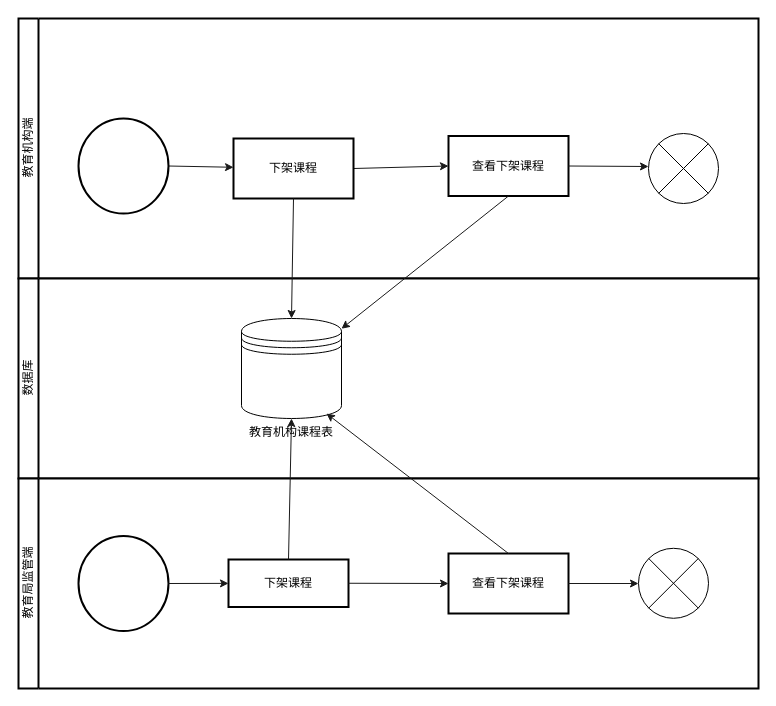
Before: page "课程下架" (2 of 4) of docs/资金监管平台流程图.drawio in cuitaocrazy/supervision, a draw.io diagram. Source tidied: cells renumbered, new cells numbered last; positions are measured from the earlier drawing's top-left corner, leaving out a move shared by most shapes. Both pictures are drawn from the tidied source at 100%, with x=0, y=0 at pixel (18, 18).
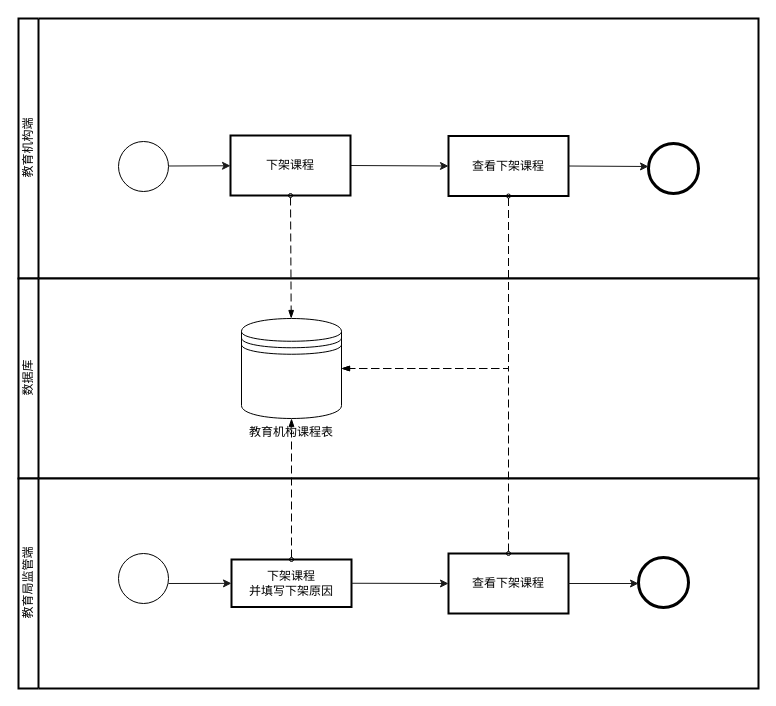
The same diagram, later.

The change refers to these unchanged cells:
```xml
<mxCell id="2" value="教育机构端" style="swimlane;html=1;startSize=20;fontStyle=0;horizontal=0;swimlaneLine=1;swimlaneFillColor=#ffffff;strokeWidth=2;" parent="1" vertex="1">
  <mxGeometry width="740" height="260" as="geometry" />
</mxCell>
<mxCell id="7" value="查看下架课程" style="whiteSpace=wrap;html=1;strokeWidth=2;" parent="2" vertex="1">
  <mxGeometry x="430" y="117.5" width="120" height="60" as="geometry" />
</mxCell>
<mxCell id="10" value="教育局监管端" style="swimlane;html=1;startSize=20;fontStyle=0;horizontal=0;swimlaneLine=1;swimlaneFillColor=#ffffff;strokeWidth=2;" parent="1" vertex="1">
  <mxGeometry y="460" width="740" height="210" as="geometry" />
</mxCell>
<mxCell id="14" value="查看下架课程" style="whiteSpace=wrap;html=1;strokeWidth=2;" parent="10" vertex="1">
  <mxGeometry x="430" y="75" width="120" height="60" as="geometry" />
</mxCell>
<mxCell id="17" value="教育机构课程表" style="shape=datastore;whiteSpace=wrap;html=1;labelPosition=center;verticalLabelPosition=bottom;align=center;verticalAlign=top;" parent="1" vertex="1">
  <mxGeometry x="223" y="300" width="100" height="100" as="geometry" />
</mxCell>
```

What changed in the source:
```diff
@@
-    <mxCell id="3" style="edgeStyle=none;html=1;exitX=1;exitY=0.5;exitDx=0;exitDy=0;exitPerimeter=0;strokeColor=#1A1A1A;" parent="2" edge="1" source="4" target="6">
-      <mxGeometry relative="1" as="geometry" />
+    <mxCell id="3" style="edgeStyle=none;html=1;exitX=1;exitY=0.5;exitDx=0;exitDy=0;exitPerimeter=0;strokeColor=#1A1A1A;" parent="2" edge="1" target="6">
+      <mxGeometry relative="1" as="geometry">
+        <mxPoint x="150" y="147.5" as="sourcePoint" />
+      </mxGeometry>
     </mxCell>
-    <mxCell id="4" style="strokeWidth=2;html=1;shape=mxgraph.flowchart.start_2;whiteSpace=wrap;" parent="2" vertex="1">
-      <mxGeometry x="60" y="100" width="90" height="95" as="geometry" />
-    </mxCell>
@@
     <mxCell id="6" value="下架课程" style="whiteSpace=wrap;html=1;strokeWidth=2;" parent="2" vertex="1">
-      <mxGeometry x="215" y="120" width="120" height="60" as="geometry" />
+      <mxGeometry x="212" y="117" width="120" height="60" as="geometry" />
     </mxCell>
@@
-    <mxCell id="8" style="verticalLabelPosition=bottom;verticalAlign=top;html=1;shape=mxgraph.flowchart.or;" parent="2" vertex="1">
-      <mxGeometry x="630" y="115" width="70" height="70" as="geometry" />
-    </mxCell>
+    <mxCell id="24" style="shape=mxgraph.bpmn.event;html=1;verticalLabelPosition=bottom;labelBackgroundColor=#ffffff;verticalAlign=top;align=center;perimeter=ellipsePerimeter;outline=standard;symbol=general;" parent="2" vertex="1">
+      <mxGeometry x="100" y="123" width="50" height="50" as="geometry" />
+    </mxCell>
+    <mxCell id="25" style="shape=mxgraph.bpmn.event;html=1;verticalLabelPosition=bottom;labelBackgroundColor=#ffffff;verticalAlign=top;align=center;perimeter=ellipsePerimeter;outline=end;symbol=terminate2;" parent="2" vertex="1">
+      <mxGeometry x="630" y="125" width="50" height="50" as="geometry" />
+    </mxCell>
@@
-    <mxCell id="11" style="strokeWidth=2;html=1;shape=mxgraph.flowchart.start_2;whiteSpace=wrap;" parent="10" vertex="1">
-      <mxGeometry x="60" y="57.5" width="90" height="95" as="geometry" />
-    </mxCell>
-    <mxCell id="12" value="下架课程" style="whiteSpace=wrap;html=1;strokeWidth=2;" parent="10" vertex="1">
-      <mxGeometry x="210" y="81" width="120" height="47.5" as="geometry" />
+    <mxCell id="12" value="下架课程&lt;br&gt;并填写下架原因" style="whiteSpace=wrap;html=1;strokeWidth=2;" parent="10" vertex="1">
+      <mxGeometry x="213" y="81" width="120" height="47.5" as="geometry" />
     </mxCell>
-    <mxCell id="13" style="edgeStyle=none;html=1;exitX=1;exitY=0.5;exitDx=0;exitDy=0;exitPerimeter=0;strokeColor=#1A1A1A;" parent="10" edge="1" source="11" target="12">
-      <mxGeometry relative="1" as="geometry" />
+    <mxCell id="13" style="edgeStyle=none;html=1;exitX=1;exitY=0.5;exitDx=0;exitDy=0;exitPerimeter=0;strokeColor=#1A1A1A;" parent="10" edge="1" target="12">
+      <mxGeometry relative="1" as="geometry">
+        <mxPoint x="150" y="105" as="sourcePoint" />
+      </mxGeometry>
     </mxCell>
@@
-    <mxCell id="16" style="verticalLabelPosition=bottom;verticalAlign=top;html=1;shape=mxgraph.flowchart.or;" parent="10" vertex="1">
-      <mxGeometry x="620" y="69.8" width="70" height="70" as="geometry" />
-    </mxCell>
+    <mxCell id="26" style="shape=mxgraph.bpmn.event;html=1;verticalLabelPosition=bottom;labelBackgroundColor=#ffffff;verticalAlign=top;align=center;perimeter=ellipsePerimeter;outline=standard;symbol=general;" parent="10" vertex="1">
+      <mxGeometry x="100" y="75" width="50" height="50" as="geometry" />
+    </mxCell>
+    <mxCell id="27" style="shape=mxgraph.bpmn.event;html=1;verticalLabelPosition=bottom;labelBackgroundColor=#ffffff;verticalAlign=top;align=center;perimeter=ellipsePerimeter;outline=end;symbol=terminate2;" parent="10" vertex="1">
+      <mxGeometry x="620" y="79" width="50" height="50" as="geometry" />
+    </mxCell>
@@
+    <mxCell id="22" style="edgeStyle=none;html=1;exitX=1;exitY=0.5;exitDx=0;exitDy=0;strokeColor=#1A1A1A;" parent="1" edge="1" source="7">
+      <mxGeometry relative="1" as="geometry">
+        <mxPoint x="630" y="148" as="targetPoint" />
+      </mxGeometry>
+    </mxCell>
+    <mxCell id="23" style="edgeStyle=none;html=1;exitX=1;exitY=0.5;exitDx=0;exitDy=0;strokeColor=#1A1A1A;" parent="1" edge="1" source="14">
+      <mxGeometry relative="1" as="geometry">
+        <mxPoint x="620" y="565" as="targetPoint" />
+      </mxGeometry>
+    </mxCell>
+    <mxCell id="19" style="dashed=1;dashPattern=8 4;endArrow=blockThin;endFill=1;startArrow=oval;startFill=0;endSize=6;startSize=4;rounded=0;exitX=0.5;exitY=1;exitDx=0;exitDy=0;" parent="1" edge="1" source="6" target="17">
+      <mxGeometry relative="1" as="geometry" />
+    </mxCell>
-    <mxCell id="18" style="edgeStyle=none;html=1;exitX=0.5;exitY=0;exitDx=0;exitDy=0;entryX=0.5;entryY=1;entryDx=0;entryDy=0;strokeColor=#1A1A1A;" parent="1" edge="1" source="12" target="17">
+    <mxCell id="18" style="dashed=1;dashPattern=8 4;endArrow=blockThin;endFill=1;startArrow=oval;startFill=0;endSize=6;startSize=4;rounded=0;exitX=0.5;exitY=0;exitDx=0;exitDy=0;" parent="1" edge="1" source="12" target="17">
       <mxGeometry relative="1" as="geometry" />
     </mxCell>
-    <mxCell id="19" style="edgeStyle=none;html=1;exitX=0.5;exitY=1;exitDx=0;exitDy=0;entryX=0.5;entryY=0;entryDx=0;entryDy=0;strokeColor=#1A1A1A;" parent="1" edge="1" source="6" target="17">
-      <mxGeometry relative="1" as="geometry" />
-    </mxCell>
-    <mxCell id="20" style="edgeStyle=none;html=1;exitX=0.5;exitY=1;exitDx=0;exitDy=0;strokeColor=#1A1A1A;" parent="1" edge="1" source="7" target="17">
+    <mxCell id="20" style="dashed=1;dashPattern=8 4;endArrow=blockThin;endFill=1;startArrow=oval;startFill=0;endSize=6;startSize=4;rounded=0;exitX=0.5;exitY=1;exitDx=0;exitDy=0;entryX=1;entryY=0.5;entryDx=0;entryDy=0;edgeStyle=orthogonalEdgeStyle;" parent="1" edge="1" source="7" target="17">
       <mxGeometry relative="1" as="geometry" />
     </mxCell>
-    <mxCell id="21" style="edgeStyle=none;html=1;exitX=0.5;exitY=0;exitDx=0;exitDy=0;entryX=0.85;entryY=0.95;entryDx=0;entryDy=0;entryPerimeter=0;strokeColor=#1A1A1A;" parent="1" edge="1" source="14" target="17">
+    <mxCell id="21" style="dashed=1;dashPattern=8 4;endArrow=blockThin;endFill=1;startArrow=oval;startFill=0;endSize=6;startSize=4;rounded=0;exitX=0.5;exitY=0;exitDx=0;exitDy=0;entryX=1;entryY=0.5;entryDx=0;entryDy=0;edgeStyle=orthogonalEdgeStyle;" parent="1" edge="1" source="14" target="17">
       <mxGeometry relative="1" as="geometry" />
     </mxCell>
-    <mxCell id="22" style="edgeStyle=none;html=1;exitX=1;exitY=0.5;exitDx=0;exitDy=0;strokeColor=#1A1A1A;" parent="1" edge="1" source="7">
-      <mxGeometry relative="1" as="geometry">
-        <mxPoint x="630" y="148" as="targetPoint" />
-      </mxGeometry>
-    </mxCell>
-    <mxCell id="23" style="edgeStyle=none;html=1;exitX=1;exitY=0.5;exitDx=0;exitDy=0;strokeColor=#1A1A1A;" parent="1" edge="1" source="14">
-      <mxGeometry relative="1" as="geometry">
-        <mxPoint x="620" y="565" as="targetPoint" />
-      </mxGeometry>
-    </mxCell>
```
